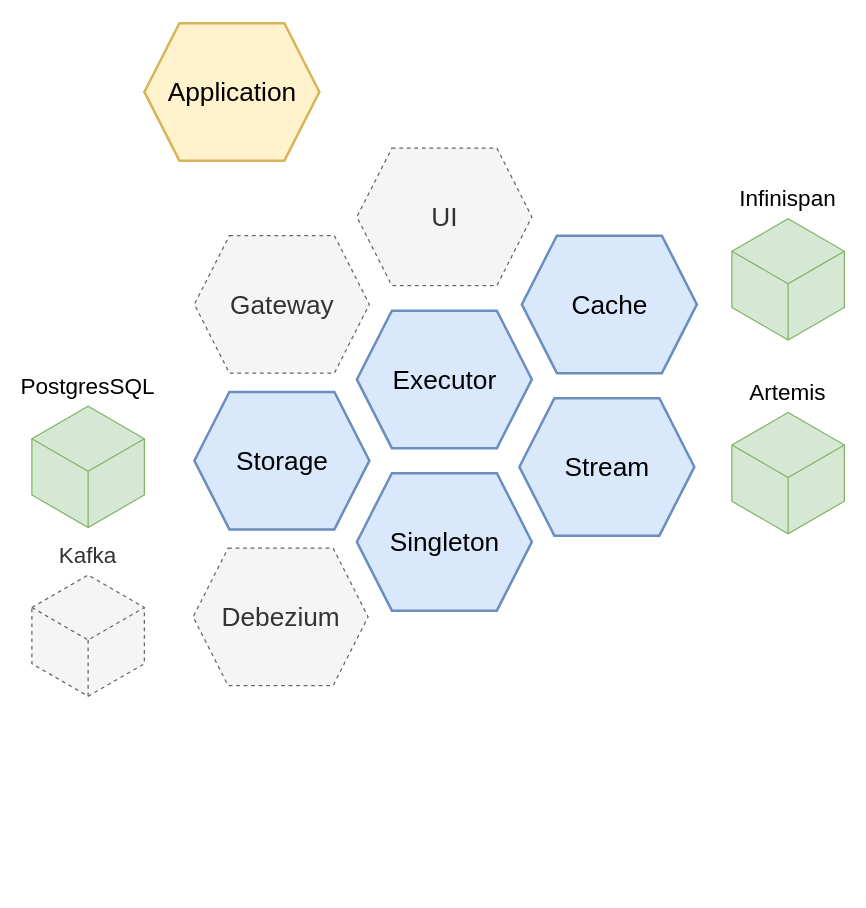
andrejpetras/documents keeps this draw.io diagram as Test diagram.drawio. Above is the earlier version. Source tidied: cells renumbered, new cells numbered last; positions are measured from the earlier drawing's top-left corner, leaving out a move shared by most shapes. Both pictures are drawn from the tidied source at 125%, with x=0, y=0 at pixel (31, 22).
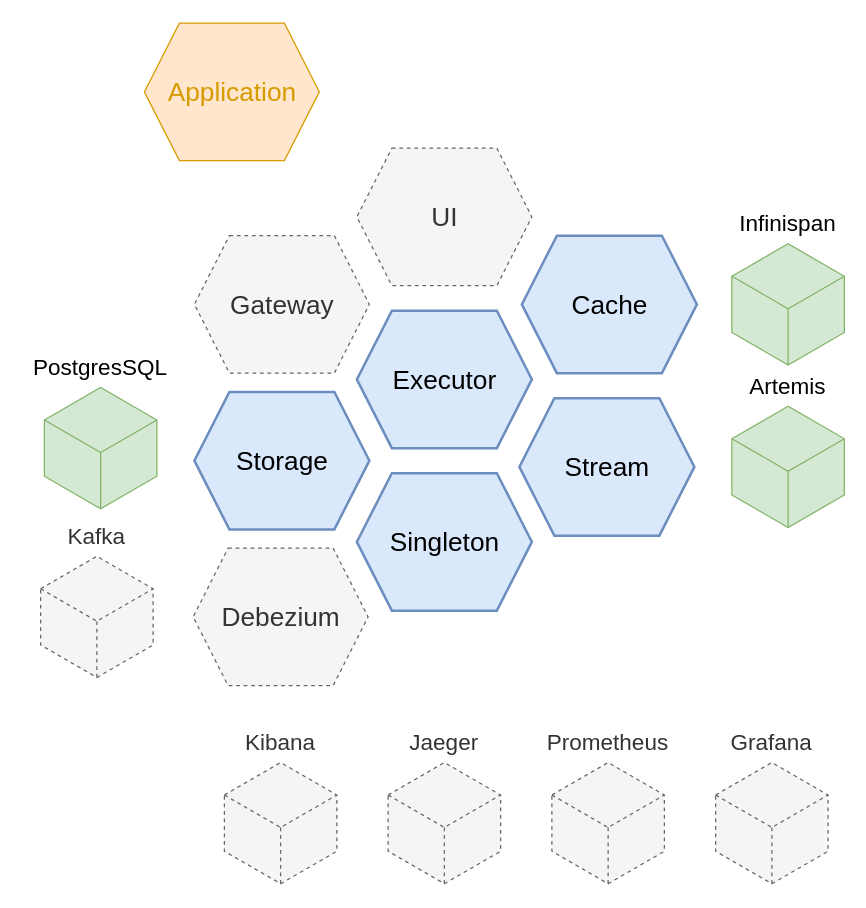
After the change.

Diff of the diagram source:
```diff
@@
 <mxGraphModel>
   <root>
     <mxCell id="0" />
     <mxCell id="1" parent="0" />
     <mxCell id="2" value="Executor" style="verticalLabelPosition=middle;verticalAlign=middle;html=1;strokeWidth=2;shape=hexagon;perimeter=hexagonPerimeter2;arcSize=6;size=0.2;labelPosition=center;align=center;fontSize=21;fillColor=#dae8fc;strokeColor=#6c8ebf;" parent="1" vertex="1">
       <mxGeometry x="260" y="230" width="140" height="110" as="geometry" />
     </mxCell>
     <mxCell id="3" value="Singleton" style="verticalLabelPosition=middle;verticalAlign=middle;html=1;strokeWidth=2;shape=hexagon;perimeter=hexagonPerimeter2;arcSize=6;size=0.2;labelPosition=center;align=center;fontSize=21;fillColor=#dae8fc;strokeColor=#6c8ebf;" parent="1" vertex="1">
       <mxGeometry x="260" y="360" width="140" height="110" as="geometry" />
     </mxCell>
     <mxCell id="4" value="Stream" style="verticalLabelPosition=middle;verticalAlign=middle;html=1;strokeWidth=2;shape=hexagon;perimeter=hexagonPerimeter2;arcSize=6;size=0.2;labelPosition=center;align=center;fontSize=21;fillColor=#dae8fc;strokeColor=#6c8ebf;" parent="1" vertex="1">
       <mxGeometry x="390" y="300" width="140" height="110" as="geometry" />
     </mxCell>
     <mxCell id="5" value="Cache" style="verticalLabelPosition=middle;verticalAlign=middle;html=1;strokeWidth=2;shape=hexagon;perimeter=hexagonPerimeter2;arcSize=6;size=0.2;labelPosition=center;align=center;fontSize=21;fillColor=#dae8fc;strokeColor=#6c8ebf;" parent="1" vertex="1">
       <mxGeometry x="392" y="170" width="140" height="110" as="geometry" />
     </mxCell>
     <mxCell id="6" value="Storage" style="verticalLabelPosition=middle;verticalAlign=middle;html=1;strokeWidth=2;shape=hexagon;perimeter=hexagonPerimeter2;arcSize=6;size=0.2;labelPosition=center;align=center;fontSize=21;fillColor=#dae8fc;strokeColor=#6c8ebf;" parent="1" vertex="1">
       <mxGeometry x="130" y="295" width="140" height="110" as="geometry" />
     </mxCell>
     <mxCell id="7" value="Infinispan" style="html=1;whiteSpace=wrap;shape=isoCube;backgroundOutline=1;fontSize=18;verticalAlign=bottom;labelPosition=center;verticalLabelPosition=top;align=center;fillColor=#d5e8d4;strokeColor=#82b366;" parent="1" vertex="1">
-      <mxGeometry x="560" y="155" width="90" height="100" as="geometry" />
+      <mxGeometry x="560" y="175" width="90" height="100" as="geometry" />
     </mxCell>
     <mxCell id="8" value="Artemis" style="html=1;whiteSpace=wrap;shape=isoCube;backgroundOutline=1;fontSize=18;verticalAlign=bottom;labelPosition=center;verticalLabelPosition=top;align=center;fillColor=#d5e8d4;strokeColor=#82b366;" parent="1" vertex="1">
-      <mxGeometry x="560" y="310" width="90" height="100" as="geometry" />
+      <mxGeometry x="560" y="305" width="90" height="100" as="geometry" />
     </mxCell>
     <mxCell id="9" value="PostgresSQL" style="html=1;whiteSpace=wrap;shape=isoCube;backgroundOutline=1;fontSize=18;verticalAlign=bottom;labelPosition=center;verticalLabelPosition=top;align=center;fillColor=#d5e8d4;strokeColor=#82b366;" parent="1" vertex="1">
-      <mxGeometry y="305" width="90" height="100" as="geometry" />
+      <mxGeometry x="10" y="290" width="90" height="100" as="geometry" />
     </mxCell>
     <mxCell id="10" value="Kafka" style="html=1;whiteSpace=wrap;shape=isoCube;backgroundOutline=1;fontSize=18;verticalAlign=bottom;labelPosition=center;verticalLabelPosition=top;align=center;dashed=1;fillColor=#f5f5f5;strokeColor=#666666;fontColor=#333333;" parent="1" vertex="1">
-      <mxGeometry y="440" width="90" height="100" as="geometry" />
+      <mxGeometry x="7" y="425" width="90" height="100" as="geometry" />
     </mxCell>
     <mxCell id="11" value="Debezium" style="verticalLabelPosition=middle;verticalAlign=middle;html=1;strokeWidth=1;shape=hexagon;perimeter=hexagonPerimeter2;arcSize=6;size=0.2;labelPosition=center;align=center;fontSize=21;dashed=1;fillColor=#f5f5f5;strokeColor=#666666;fontColor=#333333;" parent="1" vertex="1">
       <mxGeometry x="129" y="420" width="140" height="110" as="geometry" />
     </mxCell>
     <mxCell id="12" value="Gateway" style="verticalLabelPosition=middle;verticalAlign=middle;html=1;strokeWidth=1;shape=hexagon;perimeter=hexagonPerimeter2;arcSize=6;size=0.2;labelPosition=center;align=center;fontSize=21;dashed=1;fillColor=#f5f5f5;strokeColor=#666666;fontColor=#333333;" parent="1" vertex="1">
       <mxGeometry x="130" y="170" width="140" height="110" as="geometry" />
     </mxCell>
     <mxCell id="13" value="UI" style="verticalLabelPosition=middle;verticalAlign=middle;html=1;strokeWidth=1;shape=hexagon;perimeter=hexagonPerimeter2;arcSize=6;size=0.2;labelPosition=center;align=center;fontSize=21;dashed=1;fillColor=#f5f5f5;strokeColor=#666666;fontColor=#333333;" parent="1" vertex="1">
       <mxGeometry x="260" y="100" width="140" height="110" as="geometry" />
     </mxCell>
-    <mxCell id="14" value="Application" style="verticalLabelPosition=middle;verticalAlign=middle;html=1;strokeWidth=2;shape=hexagon;perimeter=hexagonPerimeter2;arcSize=6;size=0.2;labelPosition=center;align=center;fontSize=21;fillColor=#fff2cc;strokeColor=#d6b656;" parent="1" vertex="1">
+    <mxCell id="14" value="Application" style="verticalLabelPosition=middle;verticalAlign=middle;html=1;strokeWidth=1;shape=hexagon;perimeter=hexagonPerimeter2;arcSize=6;size=0.2;labelPosition=center;align=center;fontSize=21;fillColor=#ffe6cc;strokeColor=#d79b00;fontColor=#D79B00;" parent="1" vertex="1">
       <mxGeometry x="90" width="140" height="110" as="geometry" />
     </mxCell>
+    <mxCell id="15" value="Kibana" style="html=1;whiteSpace=wrap;shape=isoCube;backgroundOutline=1;fontSize=18;verticalAlign=bottom;labelPosition=center;verticalLabelPosition=top;align=center;dashed=1;fillColor=#f5f5f5;strokeColor=#666666;fontColor=#333333;" parent="1" vertex="1">
+      <mxGeometry x="154" y="590" width="90" height="100" as="geometry" />
+    </mxCell>
+    <mxCell id="16" value="Jaeger" style="html=1;whiteSpace=wrap;shape=isoCube;backgroundOutline=1;fontSize=18;verticalAlign=bottom;labelPosition=center;verticalLabelPosition=top;align=center;dashed=1;fillColor=#f5f5f5;strokeColor=#666666;fontColor=#333333;" parent="1" vertex="1">
+      <mxGeometry x="285" y="590" width="90" height="100" as="geometry" />
+    </mxCell>
+    <mxCell id="17" value="Prometheus" style="html=1;whiteSpace=wrap;shape=isoCube;backgroundOutline=1;fontSize=18;verticalAlign=bottom;labelPosition=center;verticalLabelPosition=top;align=center;dashed=1;fillColor=#f5f5f5;strokeColor=#666666;fontColor=#333333;" parent="1" vertex="1">
+      <mxGeometry x="416" y="590" width="90" height="100" as="geometry" />
+    </mxCell>
+    <mxCell id="18" value="Grafana" style="html=1;whiteSpace=wrap;shape=isoCube;backgroundOutline=1;fontSize=18;verticalAlign=bottom;labelPosition=center;verticalLabelPosition=top;align=center;dashed=1;fillColor=#f5f5f5;strokeColor=#666666;fontColor=#333333;" parent="1" vertex="1">
+      <mxGeometry x="547" y="590" width="90" height="100" as="geometry" />
+    </mxCell>
   </root>
 </mxGraphModel>
```
